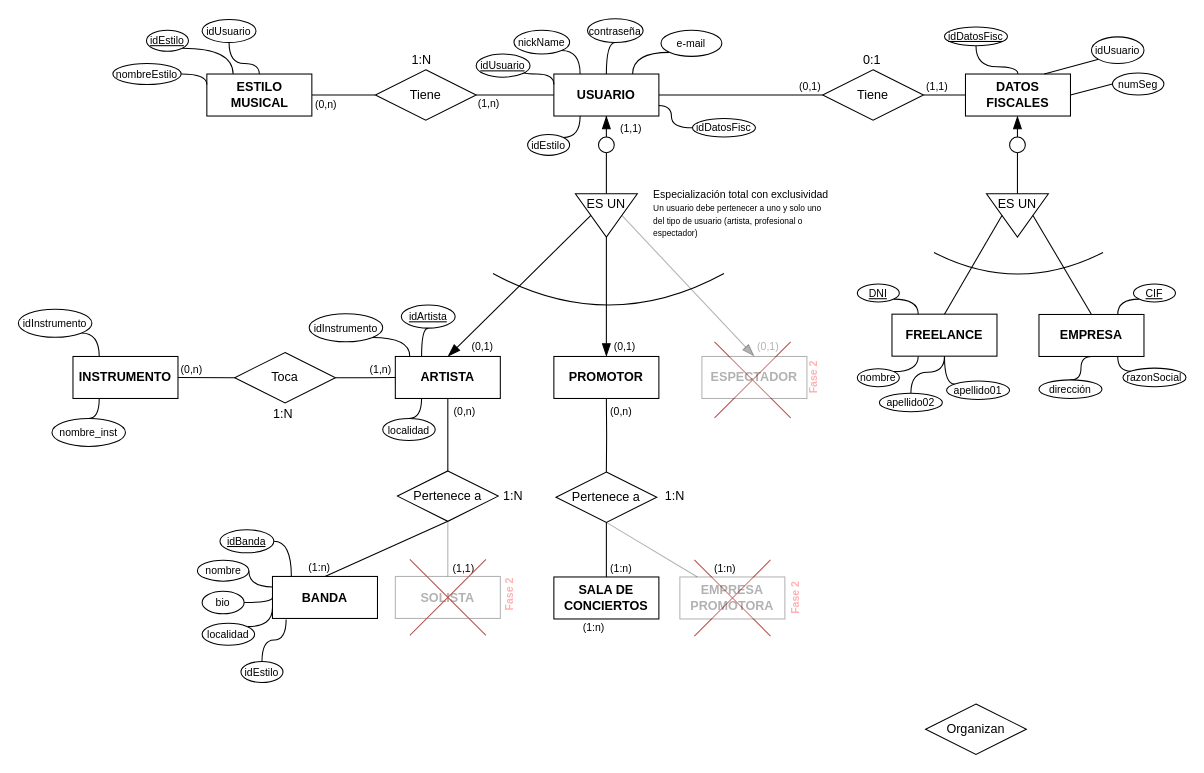
This is Diagrama sin título.drawio from victorvisus/pvm_binain, a draw.io file, before an edit. Source tidied: cells renumbered, new cells numbered last; positions are measured from the earlier drawing's top-left corner, leaving out a move shared by most shapes. Both pictures are drawn from the tidied source at 105%, with x=0, y=0 at pixel (18, 18).
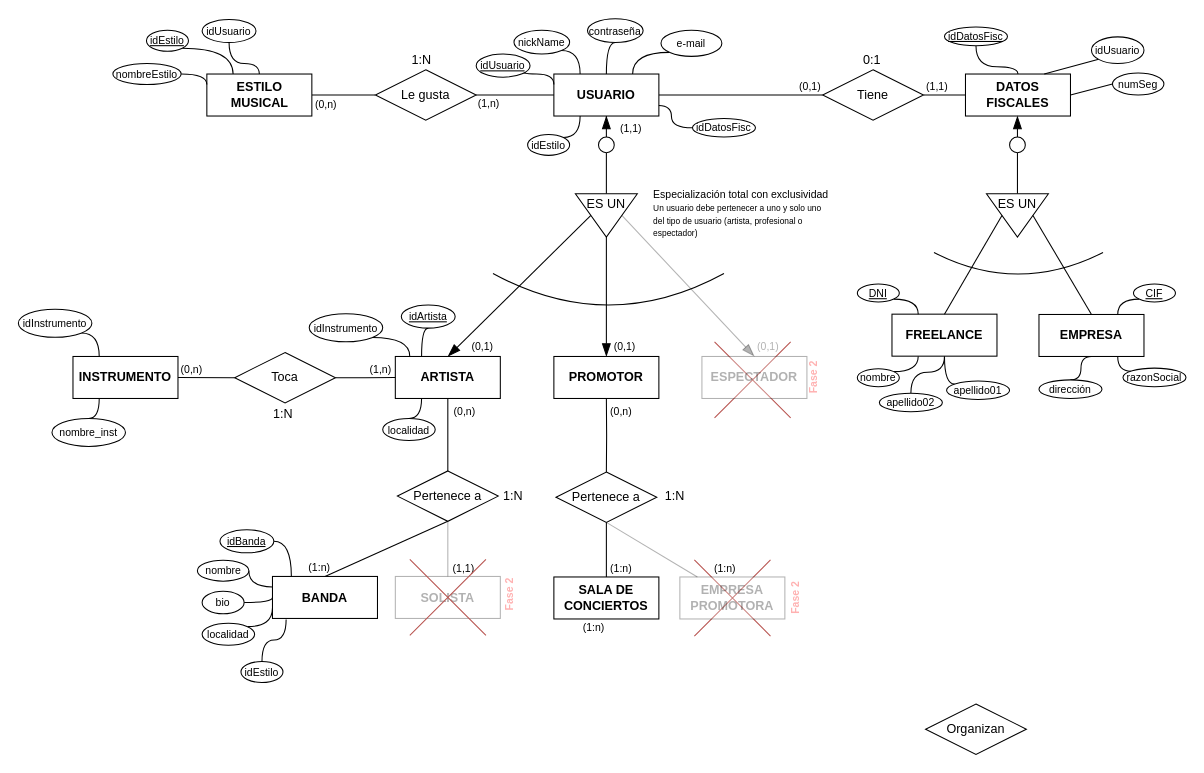
Above is the later version.

Commit message:
no quiero mensage

What changed in the source:
```diff
@@
-    <mxCell id="120" value="Tiene" style="shape=rhombus;perimeter=rhombusPerimeter;whiteSpace=wrap;html=1;align=center;gradientColor=none;" parent="1" vertex="1">
+    <mxCell id="120" value="Le gusta" style="shape=rhombus;perimeter=rhombusPerimeter;whiteSpace=wrap;html=1;align=center;gradientColor=none;" parent="1" vertex="1">
       <mxGeometry x="340" y="49" width="96" height="48" as="geometry" />
     </mxCell>
```
